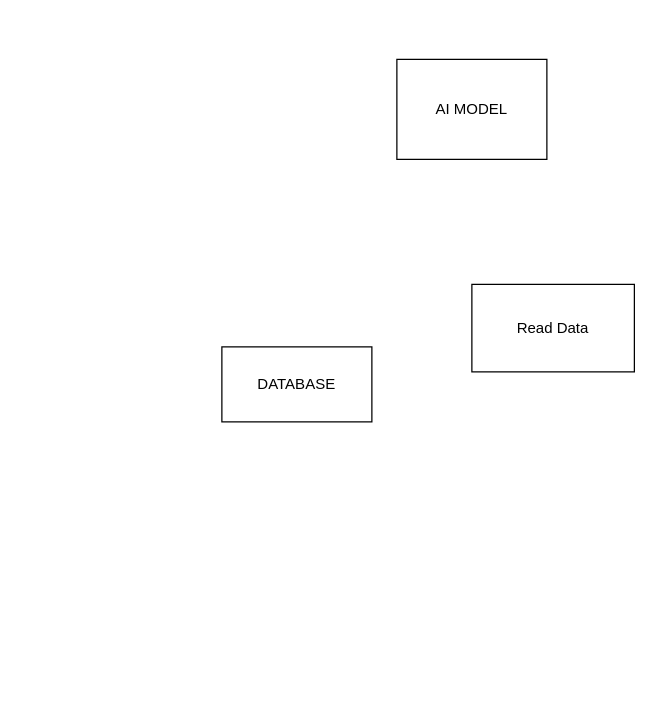
Aparup123/Drawio keeps this draw.io diagram as DB agent system.drawio. Above is the earlier version. Source tidied: cells renumbered, new cells numbered last; positions are measured from the earlier drawing's top-left corner, leaving out a move shared by most shapes. Both pictures are drawn from the tidied source at 125%, with x=0, y=0 at pixel (221, 59).
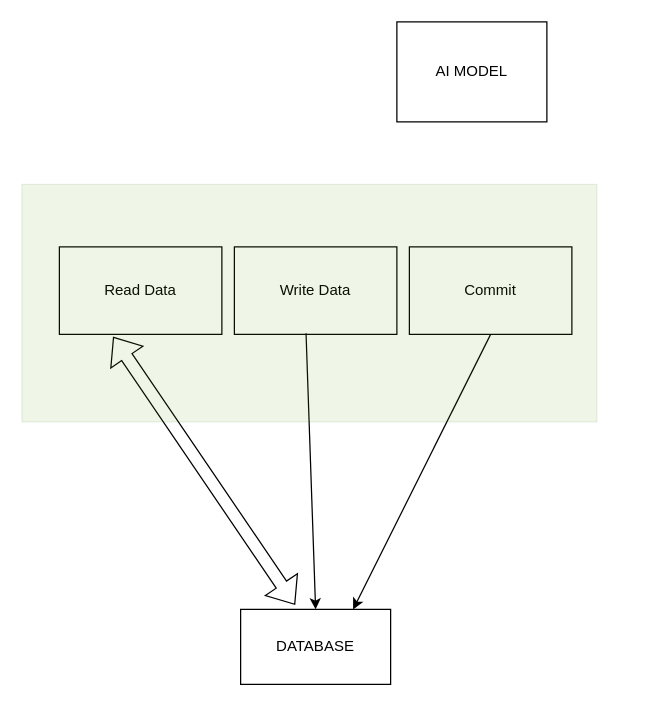
The same diagram, later.

What changed in the source:
```diff
@@
 <mxGraphModel>
   <root>
     <mxCell id="0" />
     <mxCell id="1" parent="0" />
     <mxCell id="2" value="AI MODEL" style="rounded=0;whiteSpace=wrap;html=1;" parent="1" vertex="1">
-      <mxGeometry x="140" width="120" height="80" as="geometry" />
+      <mxGeometry x="140" y="-30" width="120" height="80" as="geometry" />
     </mxCell>
     <mxCell id="3" value="DATABASE" style="rounded=0;whiteSpace=wrap;html=1;" parent="1" vertex="1">
-      <mxGeometry y="230" width="120" height="60" as="geometry" />
+      <mxGeometry x="15" y="440" width="120" height="60" as="geometry" />
     </mxCell>
     <mxCell id="4" value="Read Data" style="rounded=0;whiteSpace=wrap;html=1;" parent="1" vertex="1">
-      <mxGeometry x="200" y="180" width="130" height="70" as="geometry" />
+      <mxGeometry x="-130" y="150" width="130" height="70" as="geometry" />
     </mxCell>
+    <mxCell id="5" value="Write Data" style="rounded=0;whiteSpace=wrap;html=1;" parent="1" vertex="1">
+      <mxGeometry x="10" y="150" width="130" height="70" as="geometry" />
+    </mxCell>
+    <mxCell id="6" value="Commit" style="rounded=0;whiteSpace=wrap;html=1;" parent="1" vertex="1">
+      <mxGeometry x="150" y="150" width="130" height="70" as="geometry" />
+    </mxCell>
+    <mxCell id="7" style="shape=flexArrow;endArrow=classic;startArrow=classic;html=1;rounded=0;entryX=0.363;entryY=-0.061;entryDx=0;entryDy=0;entryPerimeter=0;exitX=0.331;exitY=1.029;exitDx=0;exitDy=0;exitPerimeter=0;" parent="1" edge="1" source="4" target="3">
+      <mxGeometry relative="1" as="geometry" />
+    </mxCell>
+    <mxCell id="8" style="endArrow=classic;html=1;rounded=0;exitX=0.441;exitY=0.988;exitDx=0;exitDy=0;exitPerimeter=0;entryX=0.5;entryY=0;entryDx=0;entryDy=0;" parent="1" edge="1" source="5" target="3">
+      <mxGeometry relative="1" as="geometry" />
+    </mxCell>
+    <mxCell id="9" style="endArrow=classic;html=1;rounded=0;exitX=0.5;exitY=1;exitDx=0;exitDy=0;entryX=0.75;entryY=0;entryDx=0;entryDy=0;" parent="1" edge="1" source="6" target="3">
+      <mxGeometry relative="1" as="geometry" />
+    </mxCell>
+    <mxCell id="10" style="rounded=0;whiteSpace=wrap;html=1;fillColor=#60a917;fontColor=#ffffff;strokeColor=#2D7600;opacity=10;" parent="1" vertex="1">
+      <mxGeometry x="-160" y="100" width="460" height="190" as="geometry" />
+    </mxCell>
   </root>
 </mxGraphModel>
```
